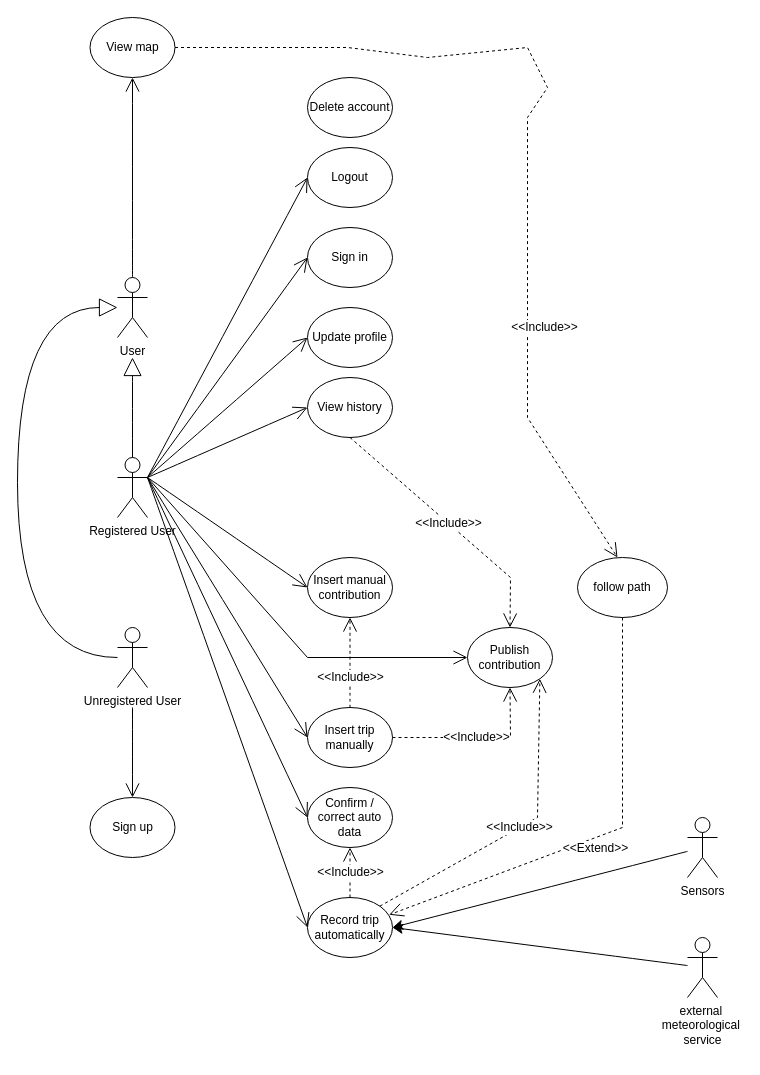
The draw.io diagram RASD/Version1.0/images/use_case_diagram.drawio in Francesco2035/RavelliRausaPoggi, before the edit. Source tidied: cells renumbered, new cells numbered last; positions are measured from the earlier drawing's top-left corner, leaving out a move shared by most shapes. Both pictures are drawn from the tidied source at 100%, with x=0, y=0 at pixel (17, 17).
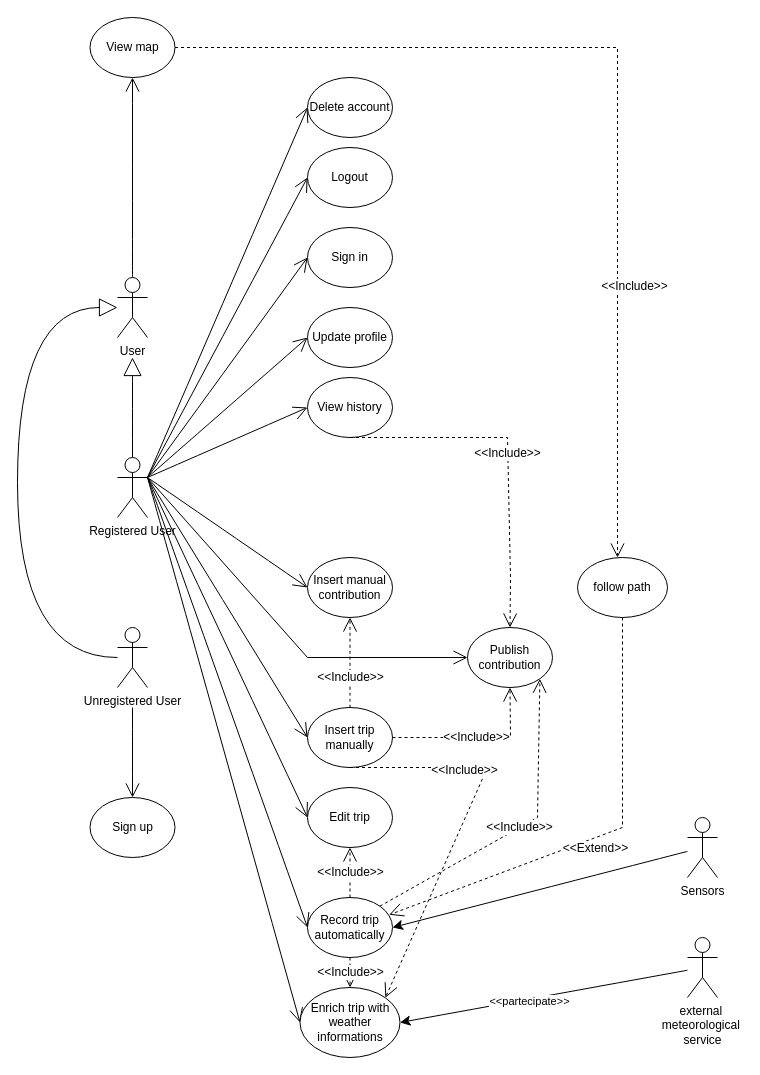
The same page after the edit.

Unchanged cells that the change refers to:
```xml
<mxCell id="6" value="external&amp;nbsp;&lt;br&gt;meteorological&amp;nbsp;&lt;br&gt;service" style="shape=umlActor;verticalLabelPosition=bottom;verticalAlign=top;html=1;outlineConnect=0;" parent="1" vertex="1">
  <mxGeometry x="670" y="920" width="30" height="60" as="geometry" />
</mxCell>
<mxCell id="11" value="Publish contribution" style="ellipse;whiteSpace=wrap;html=1;" parent="1" vertex="1">
  <mxGeometry x="450" y="610" width="85" height="60" as="geometry" />
</mxCell>
<mxCell id="14" value="View history" style="ellipse;whiteSpace=wrap;html=1;" parent="1" vertex="1">
  <mxGeometry x="290" y="360" width="85" height="60" as="geometry" />
</mxCell>
<mxCell id="16" value="Insert trip manually" style="ellipse;whiteSpace=wrap;html=1;" parent="1" vertex="1">
  <mxGeometry x="290" y="690" width="85" height="60" as="geometry" />
</mxCell>
<mxCell id="18" value="Record trip automatically" style="ellipse;whiteSpace=wrap;html=1;" parent="1" vertex="1">
  <mxGeometry x="290" y="880" width="85" height="60" as="geometry" />
</mxCell>
<mxCell id="21" value="View map" style="ellipse;whiteSpace=wrap;html=1;" parent="1" vertex="1">
  <mxGeometry x="72.5" width="85" height="60" as="geometry" />
</mxCell>
<mxCell id="41" value="Delete account" style="ellipse;whiteSpace=wrap;html=1;" parent="1" vertex="1">
  <mxGeometry x="290" y="60" width="85" height="60" as="geometry" />
</mxCell>
```

The edit, as a diff of the source:
```diff
@@
-    <mxCell id="5" style="edgeStyle=none;curved=1;rounded=0;jettySize=auto;html=1;entryX=1;entryY=0.5;entryDx=0;entryDy=0;fontSize=12;startSize=8;endSize=8;" parent="1" edge="1" source="6" target="18">
+    <mxCell id="5" style="edgeStyle=none;curved=1;rounded=0;jettySize=auto;html=1;entryX=1;entryY=0.5;entryDx=0;entryDy=0;fontSize=12;startSize=8;endSize=8;" parent="1" edge="1" source="6" target="45">
       <mxGeometry relative="1" as="geometry" />
     </mxCell>
+    <mxCell id="42" value="&amp;lt;&amp;lt;partecipate&amp;gt;&amp;gt;" style="edgeLabel;html=1;align=center;verticalAlign=middle;" parent="5" vertex="1">
+      <mxGeometry x="0.1" y="2" relative="1" as="geometry" />
+    </mxCell>
@@
-    <mxCell id="17" value="Confirm / correct auto data" style="ellipse;whiteSpace=wrap;html=1;" parent="1" vertex="1">
+    <mxCell id="17" value="Edit trip" style="ellipse;whiteSpace=wrap;html=1;" parent="1" vertex="1">
       <mxGeometry x="290" y="770" width="85" height="60" as="geometry" />
     </mxCell>
@@
     <mxCell id="36" value="&amp;lt;&amp;lt;Include&amp;gt;&amp;gt;" style="endArrow=open;endSize=12;dashed=1;html=1;rounded=0;fontSize=12;entryX=0.5;entryY=0;entryDx=0;entryDy=0;exitX=0.5;exitY=1;exitDx=0;exitDy=0;" parent="1" edge="1" source="14" target="11">
       <mxGeometry relative="1" as="geometry">
         <Array as="points">
+          <mxPoint x="490" y="420" />
           <mxPoint x="493" y="560" />
         </Array>
       </mxGeometry>
     </mxCell>
@@
     <mxCell id="38" value="&amp;lt;&amp;lt;Include&amp;gt;&amp;gt;" style="endArrow=open;endSize=12;dashed=1;html=1;rounded=0;fontSize=12;curved=0;" parent="1" edge="1" source="21">
       <mxGeometry x="0.43" y="17" relative="1" as="geometry">
         <mxPoint x="600" y="540" as="targetPoint" />
         <Array as="points">
           <mxPoint x="330" y="30" />
-          <mxPoint x="410" y="40" />
+          <mxPoint x="440" y="30" />
           <mxPoint x="510" y="30" />
-          <mxPoint x="530" y="70" />
-          <mxPoint x="510" y="100" />
-          <mxPoint x="510" y="400" />
+          <mxPoint x="580" y="30" />
+          <mxPoint x="600" y="30" />
+          <mxPoint x="600" y="400" />
         </Array>
       </mxGeometry>
     </mxCell>
@@
+    <mxCell id="43" style="endArrow=open;endFill=1;endSize=12;html=1;rounded=0;fontSize=12;curved=1;exitX=1;exitY=0.3333333333333333;exitDx=0;exitDy=0;exitPerimeter=0;entryX=0;entryY=0.5;entryDx=0;entryDy=0;" parent="1" edge="1" target="41">
+      <mxGeometry relative="1" as="geometry">
+        <mxPoint x="130" y="460" as="sourcePoint" />
+      </mxGeometry>
+    </mxCell>
+    <mxCell id="44" style="endArrow=open;endFill=1;endSize=12;html=1;rounded=0;fontSize=12;curved=1;entryX=0;entryY=0.5;entryDx=0;entryDy=0;" parent="1" edge="1" target="45">
+      <mxGeometry relative="1" as="geometry">
+        <mxPoint x="130" y="460" as="sourcePoint" />
+      </mxGeometry>
+    </mxCell>
+    <mxCell id="45" value="Enrich trip with weather informations" style="ellipse;whiteSpace=wrap;html=1;" parent="1" vertex="1">
+      <mxGeometry x="282.5" y="970" width="100" height="70" as="geometry" />
+    </mxCell>
+    <mxCell id="46" value="&amp;lt;&amp;lt;Include&amp;gt;&amp;gt;" style="endArrow=open;endSize=12;dashed=1;html=1;rounded=0;fontSize=12;exitX=0.5;exitY=1;exitDx=0;exitDy=0;entryX=0.5;entryY=0;entryDx=0;entryDy=0;" parent="1" edge="1" source="18" target="45">
+      <mxGeometry relative="1" as="geometry" />
+    </mxCell>
+    <mxCell id="47" value="&amp;lt;&amp;lt;Include&amp;gt;&amp;gt;" style="endArrow=open;endSize=12;dashed=1;html=1;rounded=0;fontSize=12;exitX=0.5;exitY=1;exitDx=0;exitDy=0;entryX=1;entryY=0;entryDx=0;entryDy=0;" parent="1" edge="1" source="16" target="45">
+      <mxGeometry x="-0.23" y="-20" relative="1" as="geometry">
+        <Array as="points">
+          <mxPoint x="470" y="750" />
+        </Array>
+      </mxGeometry>
+    </mxCell>
```
